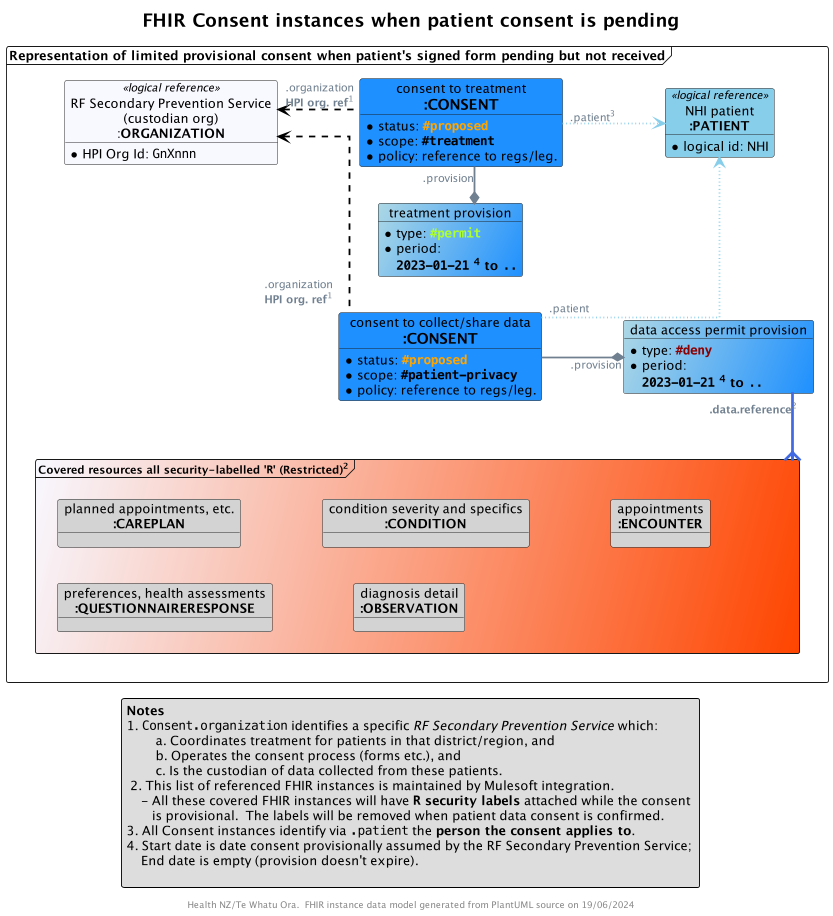
Earlier version of the PlantUML export input/images/obj-FHIR-data-consent-provisional.png (tewhatuora/fhir-rheumatic-fever).
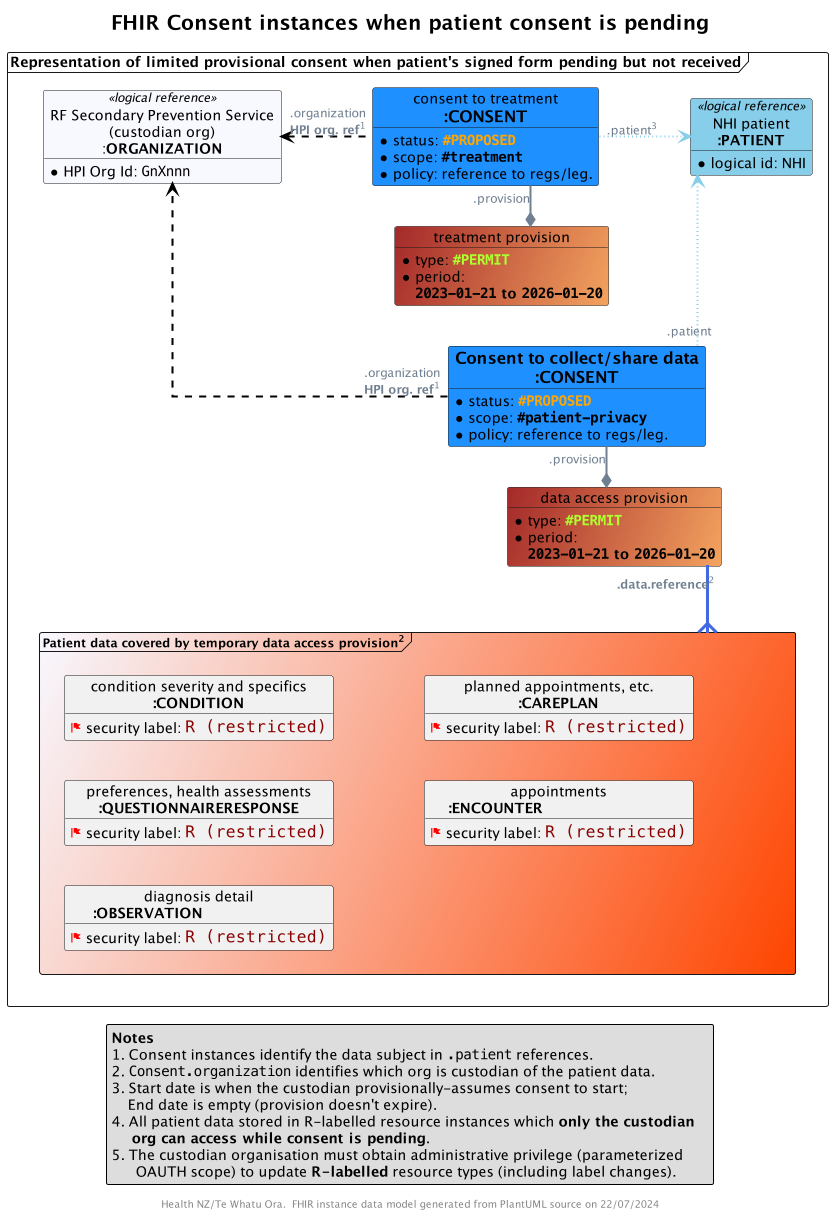
After the change.

Commit message:
New designs for label based access control

What changed in the source:
```diff
@@ -19,33 +19,42 @@
 skinparam sequenceArrowThickness 2
 skinparam TitleFontSize 20
 
+!unquoted procedure $SEC_LABELLED_INSTANCE($Alias, $displayText="",$label="")
+  object "$displayText" as $Alias {
+    <color:Red><&flag> <Color:Black>security label: ""<size:16><color:DarkRed>$label""
+  }
+!endprocedure
 
 title FHIR Consent instances when patient consent is pending
 
 frame "Representation of limited provisional consent when patient's signed form pending but not received" as F {
 
+
+
+
   object "consent to treatment\n<size:16>**:CONSENT**" as TREATCONSENT #DodgerBlue {
-    * status: ""<color:Orange>**#proposed**</color>""
+    * status: ""<color:Orange>**#PROPOSED**</color>""
     * scope: ""**#treatment**""
     * policy: reference to regs/leg.
   }
 
-  object "treatment provision" as TP #LightBlue/DodgerBlue  {
-    * type: ""<color:GreenYellow>**#permit**""
+
+  object "treatment provision" as TP #Brown/SandyBrown  {
+    * type: ""<color:GreenYellow>**#PERMIT**""
     * period:
-      **""2023-01-21"" <sup>4</sup> to ""..""**
+      **""2023-01-21"" to ""2026-01-20""**
   }
 
-  object "consent to collect/share data\n<size:16>**:CONSENT**" as DATACONSENT #DodgerBlue {
-    * status: ""<color:Orange>**#proposed**</color>""
+  object "<size:16>**Consent to collect/share data**\n<size:16>**:CONSENT**" as DATACONSENT #DodgerBlue {
+    * status: ""<color:Orange>**#PROPOSED**</color>""
     * scope: ""**#patient-privacy**""
     * policy: reference to regs/leg.
   }
 
-  object "data access permit provision" as DAP #LightBlue/DodgerBlue  {
-    * type: ""<color:DarkRed>**#deny**""
+  object "data access provision" as DAP #Brown/SandyBrown  {
+    * type: ""<color:GreenYellow>**#PERMIT**""
     * period:
-      **""2023-01-21"" <sup>4</sup> to ""..""**
+      **""2023-01-21"" to ""2026-01-20""**
   }
 
   object "NHI patient\n**:PATIENT**" as PATIENT <<logical reference>> #SkyBlue {
@@ -56,12 +65,16 @@
     * HPI Org Id: ""GnXnnn""
   }
 
-  frame "<size:12>Covered resources all security-labelled '""R""' (Restricted)<sup>2</sup>" as COVERED #GhostWhite/OrangeRed {
-    object "planned appointments, etc.\n<size:14>**:CAREPLAN**" as R1 #LightGray
-    object "condition severity and specifics\n<size:14>**:CONDITION**" as R2 #LightGray
-    object "appointments\n<size:14>**:ENCOUNTER**" as R3 #LightGray
-    object "preferences, health assessments\n<size:14>**:QUESTIONNAIRERESPONSE**" as R4 #LightGray
-    object "diagnosis detail\n<size:14>**:OBSERVATION**" as R5 #LightGray
+  frame "<size:12>Patient data covered by temporary data access provision<sup>2</sup>" as COVERED #GhostWhite/OrangeRed {
+    $SEC_LABELLED_INSTANCE(R1,"planned appointments, etc.\n<size:14>**:CAREPLAN**"                    ,"R (restricted)")
+    $SEC_LABELLED_INSTANCE(R2,"condition severity and specifics\n<size:14>**:CONDITION**"             ,"R (restricted)")
+    $SEC_LABELLED_INSTANCE(R3,"appointments\n<size:14>**:ENCOUNTER**                               "  ,"R (restricted)")
+    $SEC_LABELLED_INSTANCE(R4,"preferences, health assessments\n<size:14>**:QUESTIONNAIRERESPONSE**"  ,"R (restricted)")
+    $SEC_LABELLED_INSTANCE(R5,"diagnosis detail\n<size:14>**:OBSERVATION**                         "  ,"R (restricted)")
+    R3 -[hidden]u- R1
+    R4 -[hidden]u- R2
+    R5 -[hidden]u- R4
+
   }
 }
 
@@ -71,28 +84,27 @@
 
 DAP "**.data.reference**<sup>2</sup>" -[thickness=3,#RoyalBlue]--{ COVERED
 
+
 TREATCONSENT ".patient<sup>3</sup>" -[dotted,#SkyBlue,norank]-> PATIENT
 TREATCONSENT -[norank]-* TP : "".provision""
 TREATCONSENT ".organization\n**HPI org. ref**<sup>1</sup>" -[dashed,#Black]l-> HPI
 
 DATACONSENT ".patient" -[dotted,#SkyBlue,norank]-> PATIENT
-DATACONSENT -* DAP : "".provision""
-DATACONSENT ".organization\n**HPI org. ref**<sup>1</sup>" -[dashed,#Black]u-> HPI
+DATACONSENT -d-* DAP : "".provision""
+DATACONSENT ".organization\n**HPI org. ref**<sup>1</sup>" -[dashed,#Black,norank]--> HPI
 
 legend bottom
   **Notes**
-  1. ""Consent.organization"" identifies a specific //RF Secondary Prevention Service// which:
-      \ta. Coordinates treatment for patients in that district/region, and
-      \tb. Operates the consent process (forms etc.), and
-      \tc. Is the custodian of data collected from these patients.
-   2. This list of referenced FHIR instances is maintained by Mulesoft integration.
-      - All these covered FHIR instances will have **""R"" security labels** attached while the consent
-         is provisional.  The labels will be removed when patient data consent is confirmed.
-  3. All Consent instances identify via "".patient"" the **person the consent applies to**.
-  4. Start date is date consent provisionally assumed by the RF Secondary Prevention Service;
+  1. Consent instances identify the data subject in "".patient"" references.
+  2. ""Consent.organization"" identifies which org is custodian of the patient data.
+  3. Start date is when the custodian provisionally-assumes consent to start;
       End date is empty (provision doesn't expire).
+  4. All patient data stored in R-labelled resource instances which **only the custodian**
+       **org can access while consent is pending**.
+  5. The custodian organisation must obtain administrative privilege (parameterized
+        OAUTH scope) to update **R-labelled** resource types (including label changes).
+endlegend
 
-endlegend
 
 footer "Health NZ/Te Whatu Ora.  FHIR instance data model generated from PlantUML source on %date('dd/MM/yyyy')"
 
```
